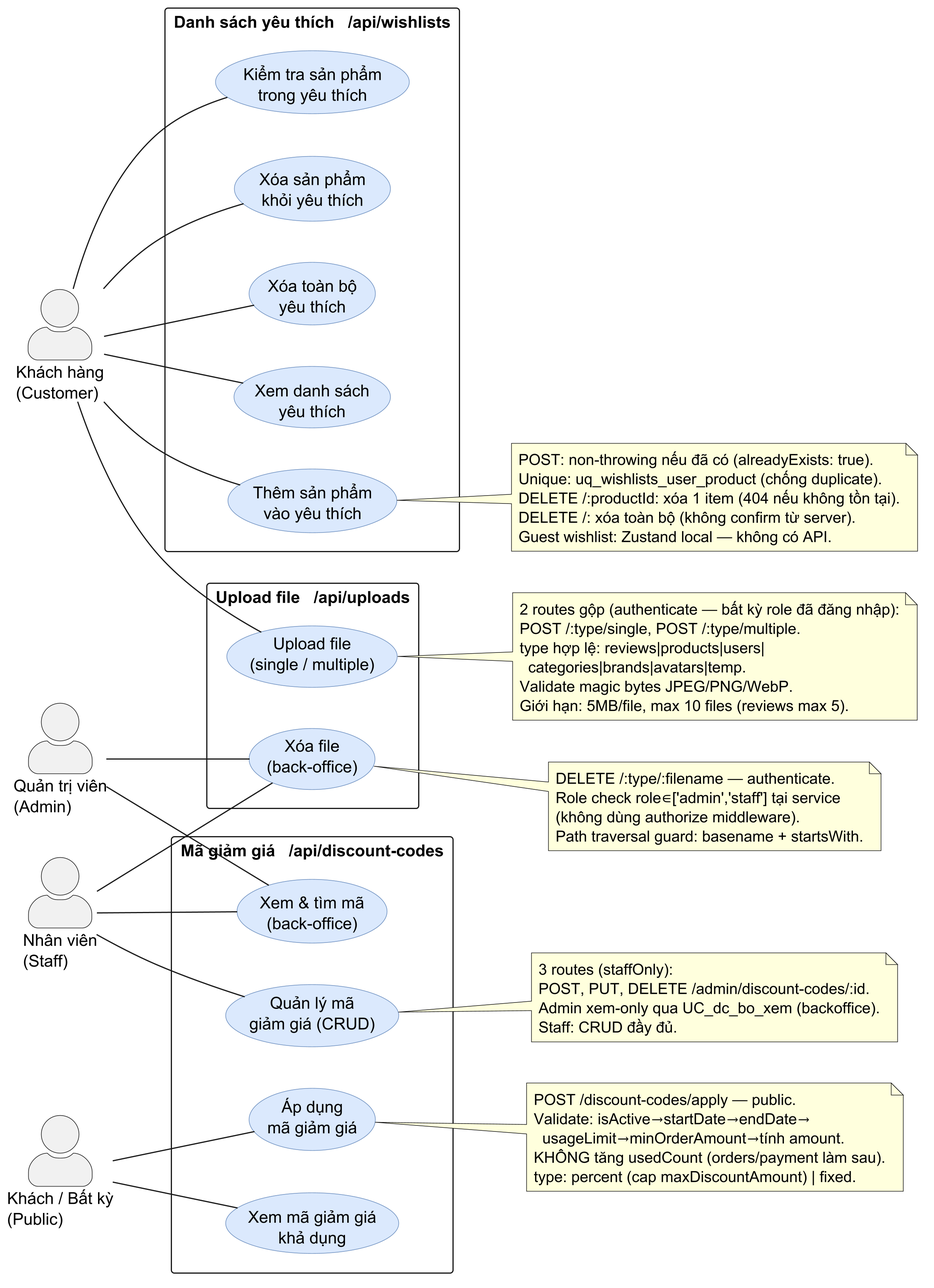
Earlier version of the PlantUML export diagrams/usecase/usecase-18-wishlist-upload-discount.png (MinhThang1009/E-commerce-website).
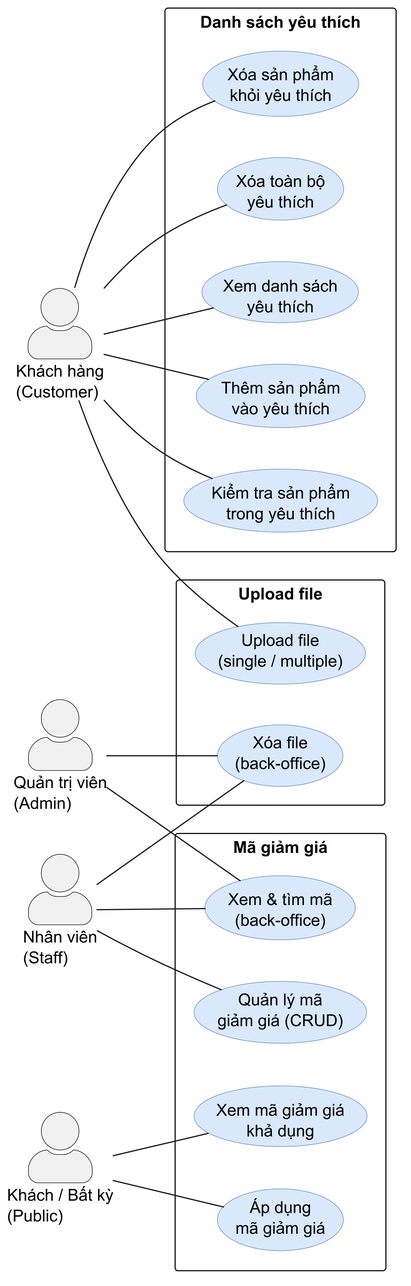
The same file after the commit.

Diff of the diagram source:
```diff
@@ -15,7 +15,7 @@
 actor "Nhân viên\n(Staff)" as staff
 actor "Quản trị viên\n(Admin)" as admin
 
-package "Danh sách yêu thích   /api/wishlists" {
+package "Danh sách yêu thích" {
   usecase "Xem danh sách\nyêu thích" as UC_wl_xem
   usecase "Thêm sản phẩm\nvào yêu thích" as UC_wl_them
   usecase "Kiểm tra sản phẩm\ntrong yêu thích" as UC_wl_check
@@ -23,12 +23,12 @@
   usecase "Xóa toàn bộ\nyêu thích" as UC_wl_clear
 }
 
-package "Upload file   /api/uploads" {
+package "Upload file" {
   usecase "Upload file\n(single / multiple)" as UC_up_upload
   usecase "Xóa file\n(back-office)" as UC_up_xoa
 }
 
-package "Mã giảm giá   /api/discount-codes" {
+package "Mã giảm giá" {
   usecase "Xem mã giảm giá\nkhả dụng" as UC_dc_xem
   usecase "Áp dụng\nmã giảm giá" as UC_dc_apply
   usecase "Xem & tìm mã\n(back-office)" as UC_dc_bo_xem
@@ -52,43 +52,9 @@
 staff -- UC_dc_crud
 admin -- UC_dc_bo_xem
 
-note right of UC_wl_them
-  POST: non-throwing nếu đã có (alreadyExists: true).
-  Unique: uq_wishlists_user_product (chống duplicate).
-  DELETE /:productId: xóa 1 item (404 nếu không tồn tại).
-  DELETE /: xóa toàn bộ (không confirm từ server).
-  Guest wishlist: Zustand local — không có API.
-end note
 
-note right of UC_up_upload
-  2 routes gộp (authenticate — bất kỳ role đã đăng nhập):
-  POST /:type/single, POST /:type/multiple.
-  type hợp lệ: reviews|products|users|
-    categories|brands|avatars|temp.
-  Validate magic bytes JPEG/PNG/WebP.
-  Giới hạn: 5MB/file, max 10 files (reviews max 5).
-end note
 
-note right of UC_up_xoa
-  DELETE /:type/:filename — authenticate.
-  Role check role∈['admin','staff'] tại service
-  (không dùng authorize middleware).
-  Path traversal guard: basename + startsWith.
-end note
 
-note right of UC_dc_apply
-  POST /discount-codes/apply — public.
-  Validate: isActive→startDate→endDate→
-    usageLimit→minOrderAmount→tính amount.
-  KHÔNG tăng usedCount (orders/payment làm sau).
-  type: percent (cap maxDiscountAmount) | fixed.
-end note
 
-note right of UC_dc_crud
-  3 routes (staffOnly):
-  POST, PUT, DELETE /admin/discount-codes/:id.
-  Admin xem-only qua UC_dc_bo_xem (backoffice).
-  Staff: CRUD đầy đủ.
-end note
 
 @enduml
```
